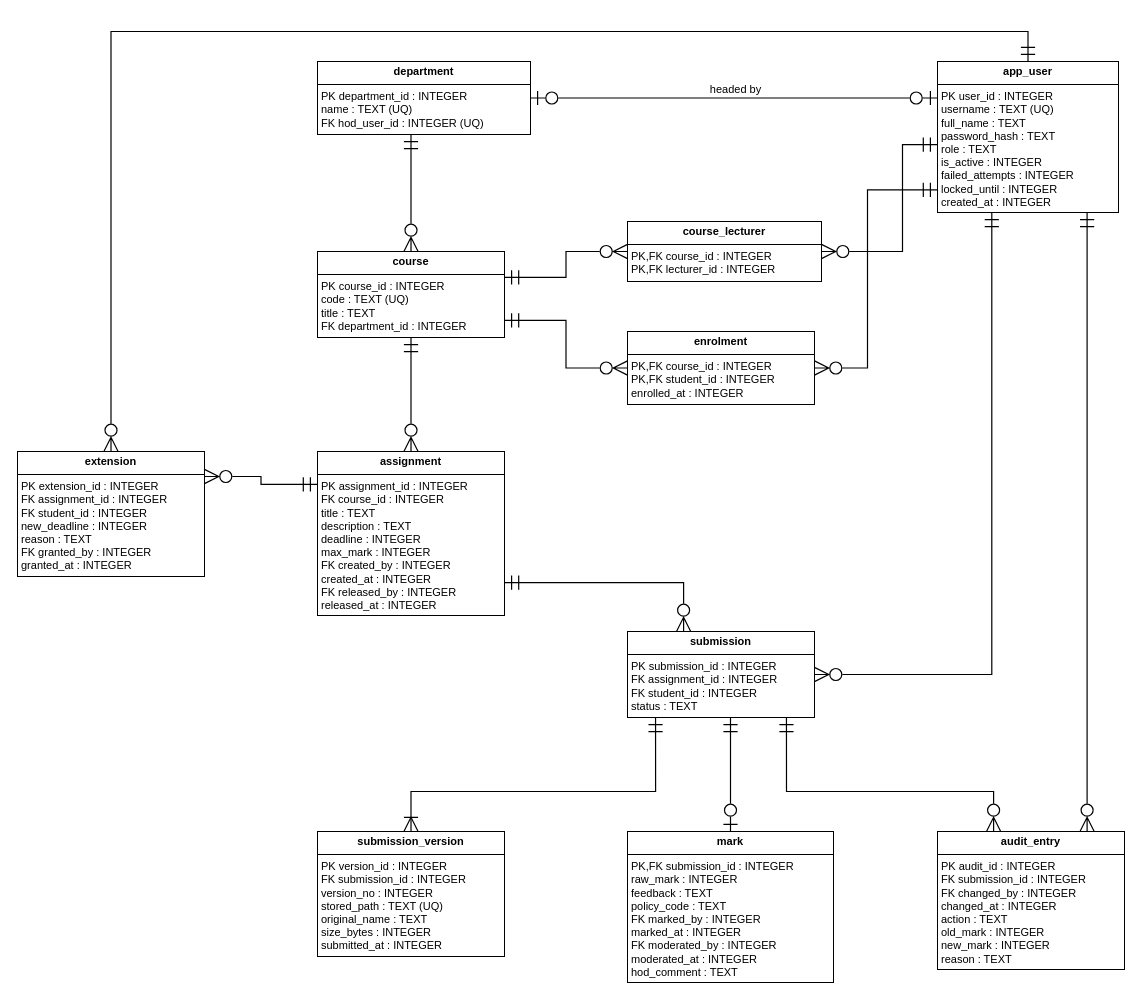
This is docs/uml/8-erd.drawio from boitumelorakoloi-lab/moderated-lms-202321274, a draw.io file, before an edit. Source tidied: cells renumbered, new cells numbered last; positions are measured from the earlier drawing's top-left corner, leaving out a move shared by most shapes. Both pictures are drawn from the tidied source at 100%, with x=0, y=0 at pixel (17, 31).
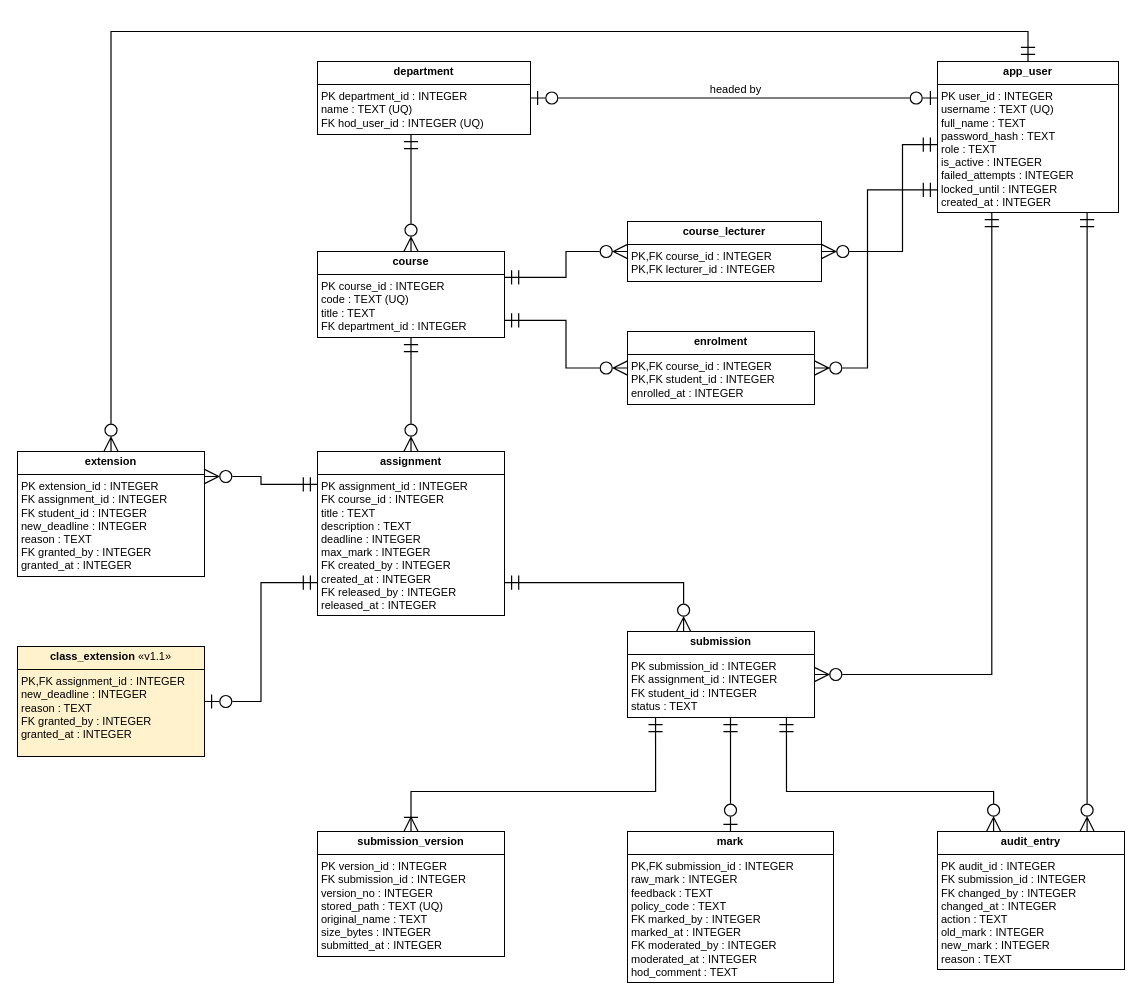
Above is the later version.

Unchanged cells that the change refers to:
```xml
<mxCell id="7" value="&lt;p style=&quot;margin:0px;margin-top:4px;text-align:center;&quot;&gt;&lt;b&gt;assignment&lt;/b&gt;&lt;/p&gt;&lt;hr size=&quot;1&quot; style=&quot;border-style:solid;&quot;/&gt;&lt;p style=&quot;margin:0px;margin-left:4px;&quot;&gt;PK assignment_id : INTEGER&lt;/p&gt;&lt;p style=&quot;margin:0px;margin-left:4px;&quot;&gt;FK course_id : INTEGER&lt;/p&gt;&lt;p style=&quot;margin:0px;margin-left:4px;&quot;&gt;title : TEXT&lt;/p&gt;&lt;p style=&quot;margin:0px;margin-left:4px;&quot;&gt;description : TEXT&lt;/p&gt;&lt;p style=&quot;margin:0px;margin-left:4px;&quot;&gt;deadline : INTEGER&lt;/p&gt;&lt;p style=&quot;margin:0px;margin-left:4px;&quot;&gt;max_mark : INTEGER&lt;/p&gt;&lt;p style=&quot;margin:0px;margin-left:4px;&quot;&gt;FK created_by : INTEGER&lt;/p&gt;&lt;p style=&quot;margin:0px;margin-left:4px;&quot;&gt;created_at : INTEGER&lt;/p&gt;&lt;p style=&quot;margin:0px;margin-left:4px;&quot;&gt;FK released_by : INTEGER&lt;/p&gt;&lt;p style=&quot;margin:0px;margin-left:4px;&quot;&gt;released_at : INTEGER&lt;/p&gt;" style="verticalAlign=top;align=left;overflow=fill;html=1;whiteSpace=wrap;fontSize=11;fillColor=#FFFFFF;strokeColor=#000000;fontFamily=Helvetica;fontColor=#000000;" parent="1" vertex="1">
  <mxGeometry x="300" y="420" width="187" height="164" as="geometry" />
</mxCell>
```

Diff of the diagram source:
```diff
@@
+    <mxCell id="29" value="&lt;p style=&quot;margin:0px;margin-top:4px;text-align:center;&quot;&gt;&lt;b&gt;class_extension&lt;/b&gt; «v1.1»&lt;/p&gt;&lt;hr size=&quot;1&quot; style=&quot;border-style:solid;&quot;/&gt;&lt;p style=&quot;margin:0px;margin-left:4px;&quot;&gt;PK,FK assignment_id : INTEGER&lt;/p&gt;&lt;p style=&quot;margin:0px;margin-left:4px;&quot;&gt;new_deadline : INTEGER&lt;/p&gt;&lt;p style=&quot;margin:0px;margin-left:4px;&quot;&gt;reason : TEXT&lt;/p&gt;&lt;p style=&quot;margin:0px;margin-left:4px;&quot;&gt;FK granted_by : INTEGER&lt;/p&gt;&lt;p style=&quot;margin:0px;margin-left:4px;&quot;&gt;granted_at : INTEGER&lt;/p&gt;" style="verticalAlign=top;align=left;overflow=fill;html=1;whiteSpace=wrap;fontSize=11;fillColor=#FFF2CC;strokeColor=#000000;fontFamily=Helvetica;fontColor=#000000;" parent="1" vertex="1">
+      <mxGeometry y="615" width="187" height="110" as="geometry" />
+    </mxCell>
+    <mxCell id="30" style="edgeStyle=orthogonalEdgeStyle;html=1;rounded=0;strokeColor=#000000;strokeWidth=1.2;fontSize=11;fontFamily=Helvetica;fontColor=#000000;endFill=0;startFill=0;endSize=12;startSize=12;startArrow=ERmandOne;endArrow=ERzeroToOne;exitX=0;exitY=0.8;exitDx=0;exitDy=0;entryX=1;entryY=0.5;entryDx=0;entryDy=0;" parent="1" edge="1" source="7" target="29">
+      <mxGeometry relative="1" as="geometry" />
+    </mxCell>
```
